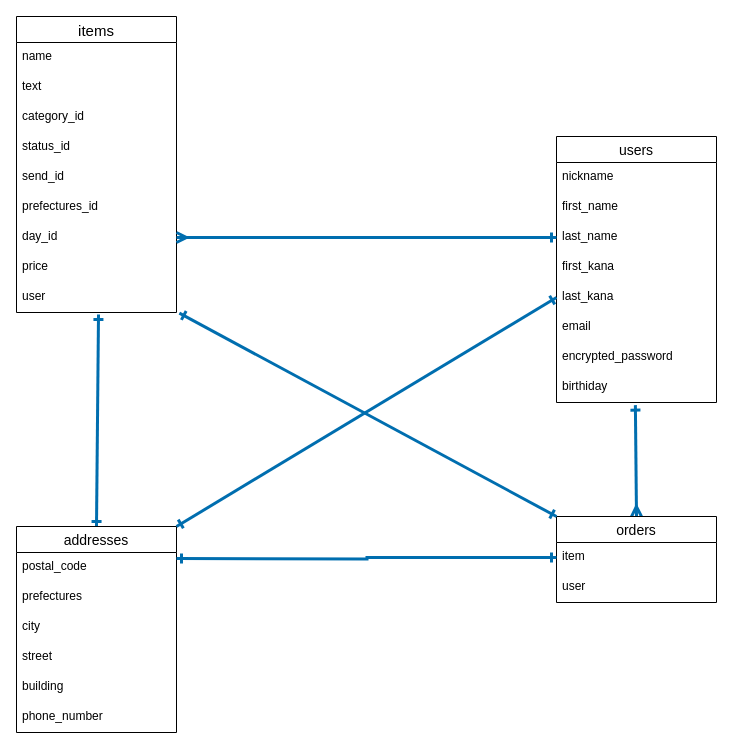
Above: furima.dio in giverin1456/furima-34317 (draw.io), before the change. Source tidied: cells renumbered, new cells numbered last; positions are measured from the earlier drawing's top-left corner, leaving out a move shared by most shapes. Both pictures are drawn from the tidied source at 100%, with x=0, y=0 at pixel (16, 16).
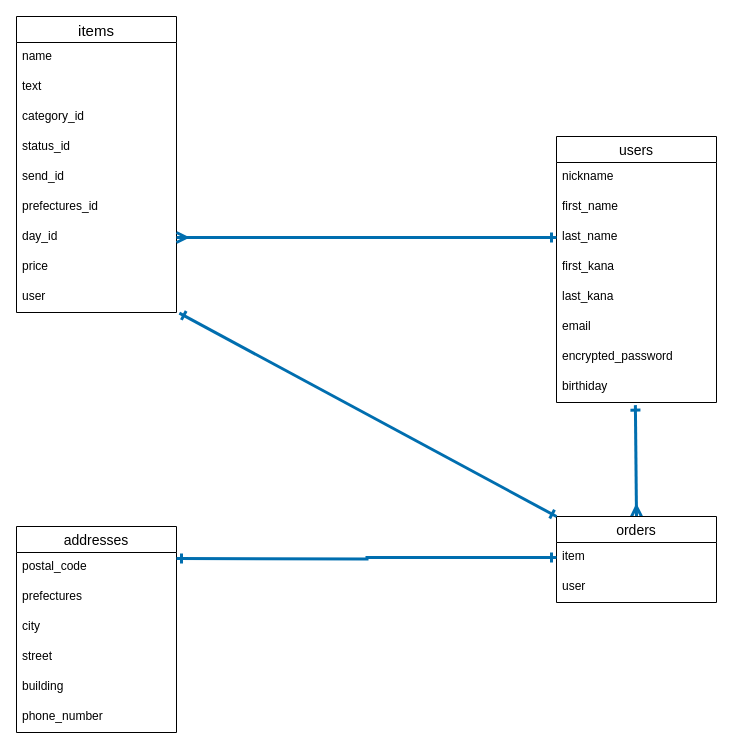
After the change.

Commit message (it also covers changes not shown here):
データベース設計　修正3

The change refers to these unchanged cells:
```xml
<mxCell id="17" value="last_kana" style="text;strokeColor=none;fillColor=none;spacingLeft=4;spacingRight=4;overflow=hidden;points=[[0,0.5],[1,0.5]];portConstraint=eastwest;fontSize=12;" parent="12" vertex="1">
  <mxGeometry y="146" width="160" height="30" as="geometry" />
</mxCell>
<mxCell id="22" value="addresses" style="swimlane;fontStyle=0;horizontal=1;startSize=26;align=center;fontSize=14;" parent="1" vertex="1">
  <mxGeometry y="510" width="160" height="206" as="geometry" />
</mxCell>
```

What changed in the source:
```diff
@@
-    <mxCell id="21" style="edgeStyle=none;rounded=0;jumpSize=3;jettySize=auto;html=1;exitX=0.5;exitY=0;exitDx=0;exitDy=0;startArrow=ERone;startFill=0;endArrow=ERone;endFill=0;targetPerimeterSpacing=0;strokeWidth=3;fontSize=15;endSize=6;startSize=6;fillColor=#1ba1e2;strokeColor=#006EAF;" parent="1" edge="1" source="22">
-      <mxGeometry relative="1" as="geometry">
-        <mxPoint x="82" y="298" as="targetPoint" />
-      </mxGeometry>
-    </mxCell>
@@
-    <mxCell id="30" style="edgeStyle=none;rounded=1;jumpSize=3;jettySize=auto;html=1;entryX=1;entryY=0;entryDx=0;entryDy=0;startArrow=ERone;startFill=0;startSize=6;endArrow=ERone;endFill=0;endSize=6;targetPerimeterSpacing=0;strokeWidth=3;fontSize=15;fillColor=#1ba1e2;strokeColor=#006EAF;exitX=0;exitY=0.5;exitDx=0;exitDy=0;" parent="1" edge="1" source="17" target="22">
-      <mxGeometry relative="1" as="geometry" />
-    </mxCell>
```
